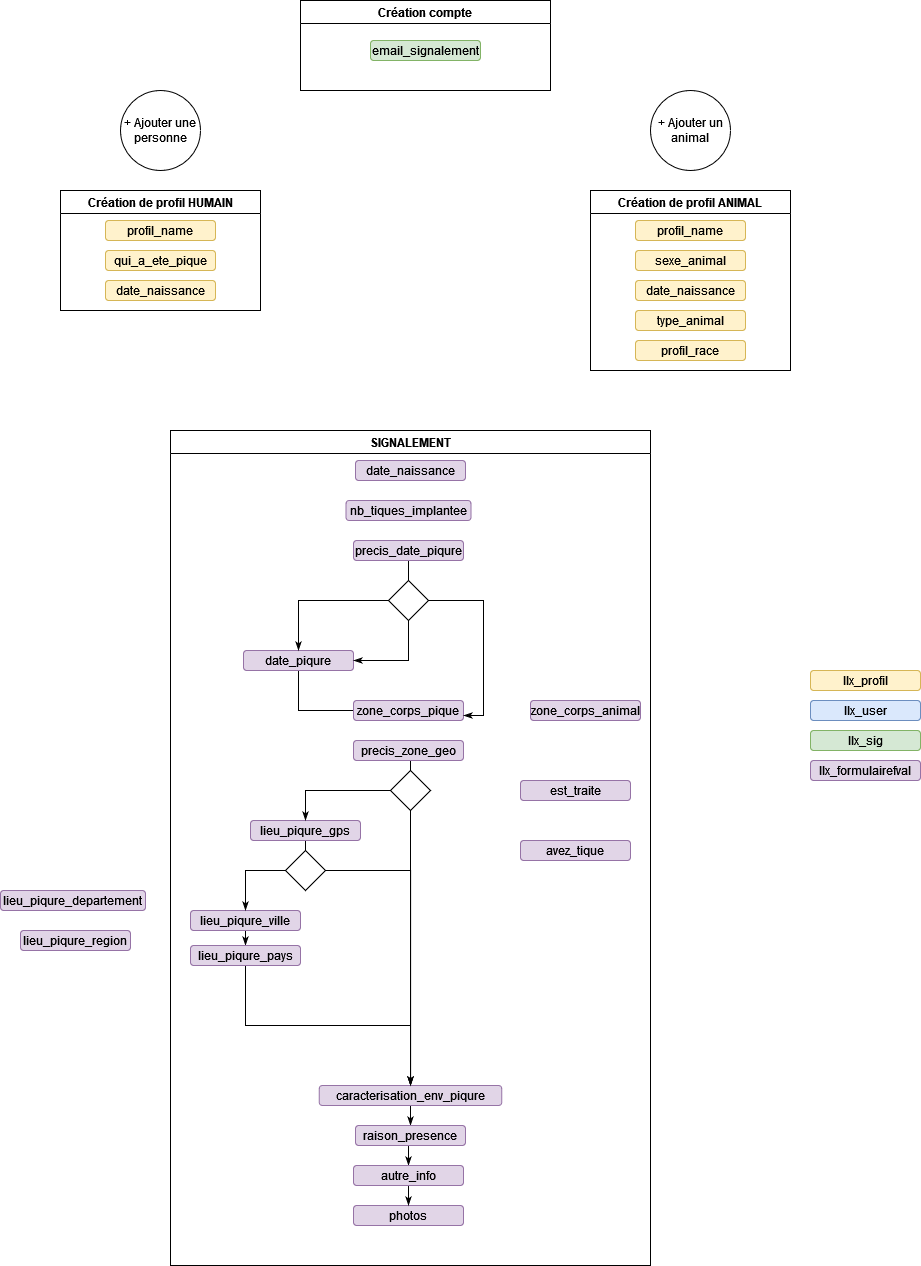
luluhsl/CiTIQUE-Documentation keeps this draw.io diagram as docs/_images/appli.png. Above is the earlier version. Source tidied: cells renumbered, new cells last; positions are measured from the earlier drawing's top-left corner, leaving out a move shared by most shapes.
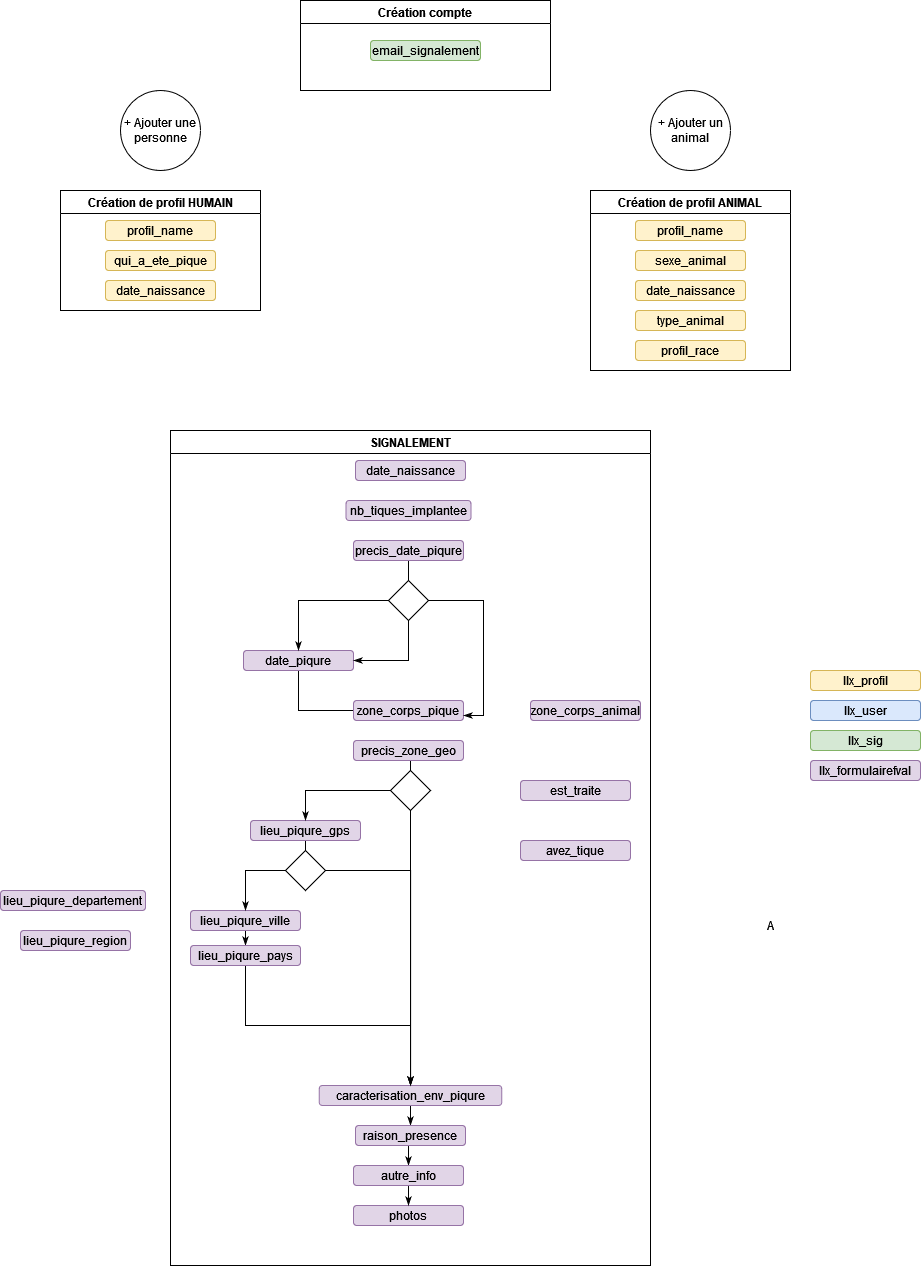
After the commit.

Commit message:
Mettre à jour appli.png

Diff of the diagram source:
```diff
@@ -172,5 +172,8 @@
     <mxCell id="57" value="lieu_piqure_region" style="rounded=1;whiteSpace=wrap;html=1;fillColor=#e1d5e7;strokeColor=#9673a6;" parent="1" vertex="1">
       <mxGeometry x="20" y="930" width="110" height="20" as="geometry" />
     </mxCell>
+    <mxCell id="58" value="A " style="text;html=1;strokeColor=none;fillColor=none;align=center;verticalAlign=middle;whiteSpace=wrap;rounded=0;" parent="1" vertex="1">
+      <mxGeometry x="740" y="910" width="60" height="30" as="geometry" />
+    </mxCell>
   </root>
 </mxGraphModel>
```
